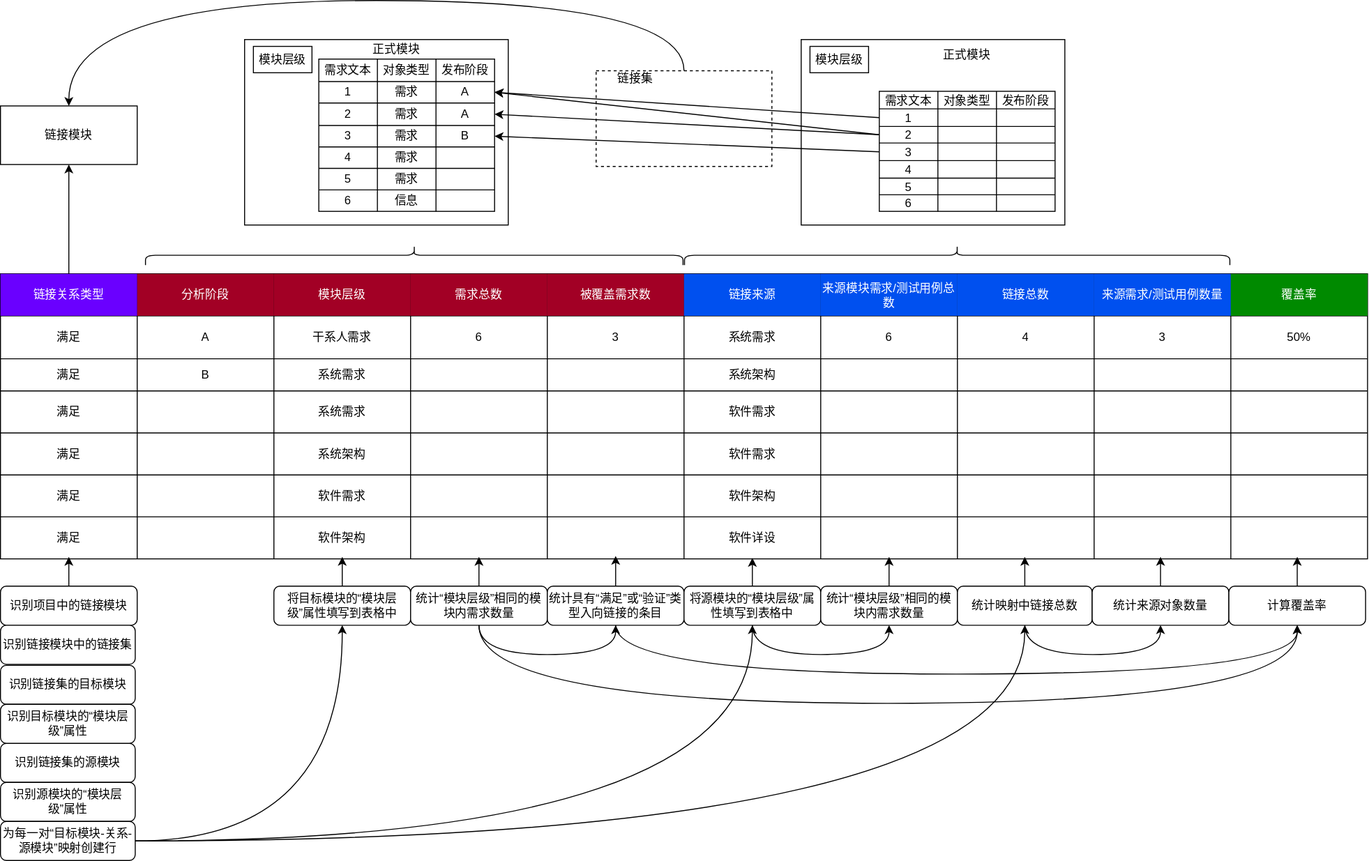
This is 概念设计图.drawio.svg from Zeyue/DXL-Coverage, a draw.io export, as it was before one commit. Source tidied: cells renumbered, new cells last; positions are measured from the earlier drawing's top-left corner, leaving out a move shared by most shapes.
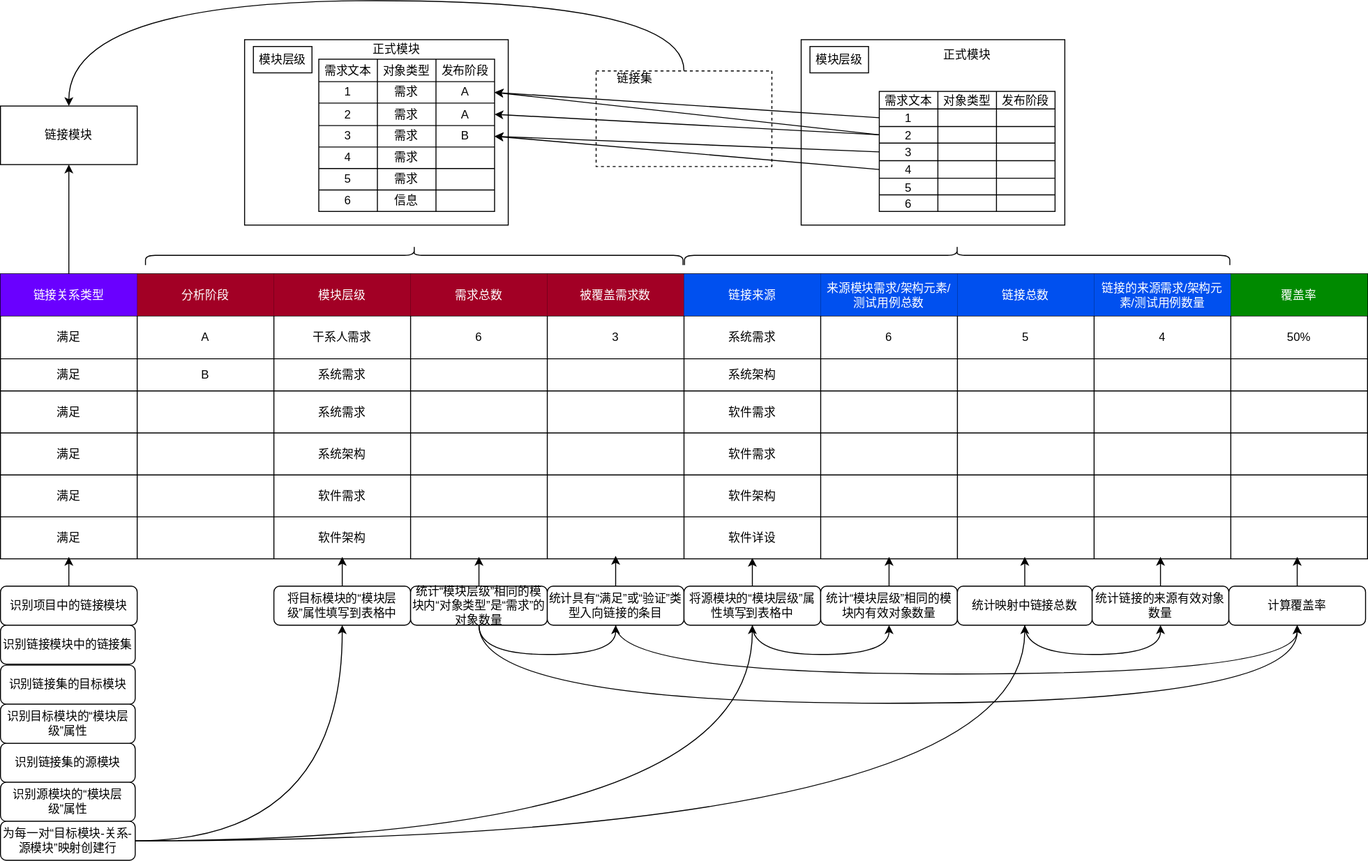
After the commit.

Commit message:
更新概念设计图

Diff of the diagram source:
```diff
@@ -29,13 +29,13 @@
     <mxCell id="10" value="&lt;span&gt;链接来源&lt;/span&gt;" style="shape=partialRectangle;html=1;whiteSpace=wrap;fillColor=#0050ef;top=0;left=0;bottom=0;right=0;overflow=hidden;strokeColor=#001DBC;fontColor=#ffffff;" parent="4" vertex="1">
       <mxGeometry x="700" width="140" height="43" as="geometry" />
     </mxCell>
-    <mxCell id="11" value="来源模块需求/测试用例总数" style="shape=partialRectangle;html=1;whiteSpace=wrap;fillColor=#0050ef;top=0;left=0;bottom=0;right=0;overflow=hidden;strokeColor=#001DBC;fontColor=#ffffff;" parent="4" vertex="1">
+    <mxCell id="11" value="来源模块需求/架构元素/测试用例总数" style="shape=partialRectangle;html=1;whiteSpace=wrap;fillColor=#0050ef;top=0;left=0;bottom=0;right=0;overflow=hidden;strokeColor=#001DBC;fontColor=#ffffff;" parent="4" vertex="1">
       <mxGeometry x="840" width="140" height="43" as="geometry" />
     </mxCell>
     <mxCell id="12" value="链接总数" style="shape=partialRectangle;html=1;whiteSpace=wrap;fillColor=#0050ef;top=0;left=0;bottom=0;right=0;overflow=hidden;strokeColor=#001DBC;fontColor=#ffffff;" parent="4" vertex="1">
       <mxGeometry x="980" width="140" height="43" as="geometry" />
     </mxCell>
-    <mxCell id="13" value="来源需求/测试用例数量" style="shape=partialRectangle;html=1;whiteSpace=wrap;fillColor=#0050ef;top=0;left=0;bottom=0;right=0;overflow=hidden;strokeColor=#001DBC;fontColor=#ffffff;" parent="4" vertex="1">
+    <mxCell id="13" value="链接的来源需求/架构元素/测试用例数量" style="shape=partialRectangle;html=1;whiteSpace=wrap;fillColor=#0050ef;top=0;left=0;bottom=0;right=0;overflow=hidden;strokeColor=#001DBC;fontColor=#ffffff;" parent="4" vertex="1">
       <mxGeometry x="1120" width="140" height="43" as="geometry" />
     </mxCell>
     <mxCell id="14" value="覆盖率" style="shape=partialRectangle;html=1;whiteSpace=wrap;fillColor=#008a00;top=0;left=0;bottom=0;right=0;overflow=hidden;fontColor=#ffffff;strokeColor=#005700;" parent="4" vertex="1">
@@ -65,10 +65,10 @@
     <mxCell id="22" value="6" style="shape=partialRectangle;html=1;whiteSpace=wrap;fillColor=none;top=0;left=0;bottom=0;right=0;overflow=hidden;" parent="15" vertex="1">
       <mxGeometry x="840" width="140" height="44" as="geometry" />
     </mxCell>
-    <mxCell id="23" value="4" style="shape=partialRectangle;html=1;whiteSpace=wrap;fillColor=none;top=0;left=0;bottom=0;right=0;overflow=hidden;" parent="15" vertex="1">
+    <mxCell id="23" value="5" style="shape=partialRectangle;html=1;whiteSpace=wrap;fillColor=none;top=0;left=0;bottom=0;right=0;overflow=hidden;" parent="15" vertex="1">
       <mxGeometry x="980" width="140" height="44" as="geometry" />
     </mxCell>
-    <mxCell id="24" value="3" style="shape=partialRectangle;html=1;whiteSpace=wrap;fillColor=none;top=0;left=0;bottom=0;right=0;overflow=hidden;" parent="15" vertex="1">
+    <mxCell id="24" value="4" style="shape=partialRectangle;html=1;whiteSpace=wrap;fillColor=none;top=0;left=0;bottom=0;right=0;overflow=hidden;" parent="15" vertex="1">
       <mxGeometry x="1120" width="140" height="44" as="geometry" />
     </mxCell>
     <mxCell id="25" value="50%" style="shape=partialRectangle;html=1;whiteSpace=wrap;fillColor=none;top=0;left=0;bottom=0;right=0;overflow=hidden;" parent="15" vertex="1">
@@ -505,7 +505,7 @@
         </Array>
       </mxGeometry>
     </mxCell>
-    <mxCell id="162" value="统计“模块层级”相同的模块内需求数量" style="shape=rect;html=1;rounded=1;whiteSpace=wrap;align=center;" parent="1" vertex="1">
+    <mxCell id="162" value="统计“模块层级”相同的模块内“对象类型”是“需求”的对象数量" style="shape=rect;html=1;rounded=1;whiteSpace=wrap;align=center;" parent="1" vertex="1">
       <mxGeometry x="420" y="618" width="140" height="40" as="geometry" />
     </mxCell>
     <mxCell id="163" value="识别目标模块的“模块层级”属性" style="shape=rect;html=1;rounded=1;whiteSpace=wrap;align=center;" parent="1" vertex="1">
@@ -528,9 +528,6 @@
     <mxCell id="167" value="识别源模块的“模块层级”属性" style="shape=rect;html=1;rounded=1;whiteSpace=wrap;align=center;" parent="1" vertex="1">
       <mxGeometry y="819" width="138" height="40" as="geometry" />
     </mxCell>
-    <mxCell id="168" style="rounded=0;whiteSpace=wrap;html=1;fillColor=none;" parent="1" vertex="1">
-      <mxGeometry x="250" y="58" width="270" height="190" as="geometry" />
-    </mxCell>
     <mxCell id="169" value="模块层级" style="rounded=0;whiteSpace=wrap;html=1;fillColor=none;" parent="1" vertex="1">
       <mxGeometry x="259" y="65" width="60" height="27" as="geometry" />
     </mxCell>
@@ -568,7 +565,7 @@
         <mxPoint x="910" y="588" as="targetPoint" />
       </mxGeometry>
     </mxCell>
-    <mxCell id="179" value="统计“模块层级”相同的模块内需求数量" style="shape=rect;html=1;rounded=1;whiteSpace=wrap;align=center;" parent="1" vertex="1">
+    <mxCell id="179" value="统计“模块层级”相同的模块内有效对象数量" style="shape=rect;html=1;rounded=1;whiteSpace=wrap;align=center;" parent="1" vertex="1">
       <mxGeometry x="840" y="618" width="140" height="40" as="geometry" />
     </mxCell>
     <mxCell id="180" style="html=1;exitX=0.5;exitY=0;exitDx=0;exitDy=0;" parent="1" edge="1" source="182">
@@ -592,7 +589,7 @@
         <mxPoint x="1188" y="588" as="targetPoint" />
       </mxGeometry>
     </mxCell>
-    <mxCell id="184" value="统计来源对象数量" style="shape=rect;html=1;rounded=1;whiteSpace=wrap;align=center;" parent="1" vertex="1">
+    <mxCell id="184" value="统计链接的来源有效对象数量" style="shape=rect;html=1;rounded=1;whiteSpace=wrap;align=center;" parent="1" vertex="1">
       <mxGeometry x="1118" y="618" width="140" height="40" as="geometry" />
     </mxCell>
     <mxCell id="185" style="edgeStyle=none;html=1;exitX=0.5;exitY=0;exitDx=0;exitDy=0;" parent="1" edge="1" source="186">
@@ -603,5 +600,11 @@
     <mxCell id="186" value="计算覆盖率" style="shape=rect;html=1;rounded=1;whiteSpace=wrap;align=center;" parent="1" vertex="1">
       <mxGeometry x="1258" y="618" width="140" height="40" as="geometry" />
     </mxCell>
+    <mxCell id="187" style="edgeStyle=none;html=1;exitX=0;exitY=0.5;exitDx=0;exitDy=0;entryX=1;entryY=0.5;entryDx=0;entryDy=0;" parent="1" edge="1" source="127" target="94">
+      <mxGeometry relative="1" as="geometry" />
+    </mxCell>
+    <mxCell id="168" style="rounded=0;whiteSpace=wrap;html=1;fillColor=none;" parent="1" vertex="1">
+      <mxGeometry x="250" y="58" width="270" height="190" as="geometry" />
+    </mxCell>
   </root>
 </mxGraphModel>
```
